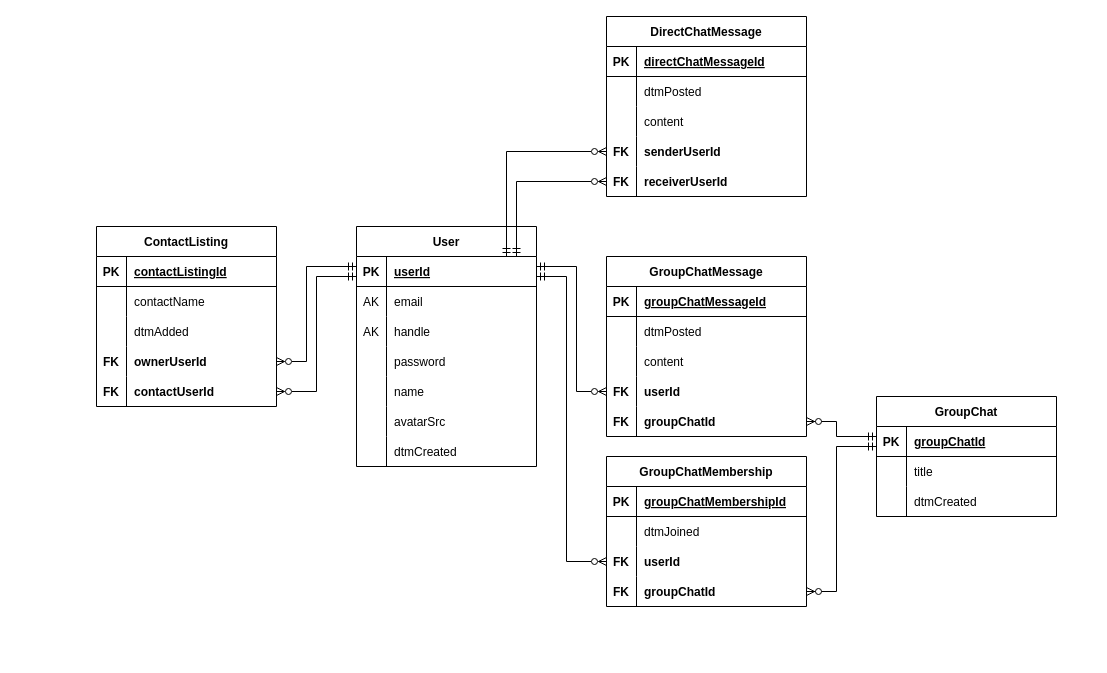
Earlier version of the draw.io diagram backend/main-server/src/database/ERD.drawio (canneth/hello-friend). Source tidied: cells renumbered, new cells numbered last; positions are measured from the earlier drawing's top-left corner, leaving out a move shared by most shapes. Both pictures are drawn from the tidied source at 100%, with x=0, y=0 at pixel (96, 16).
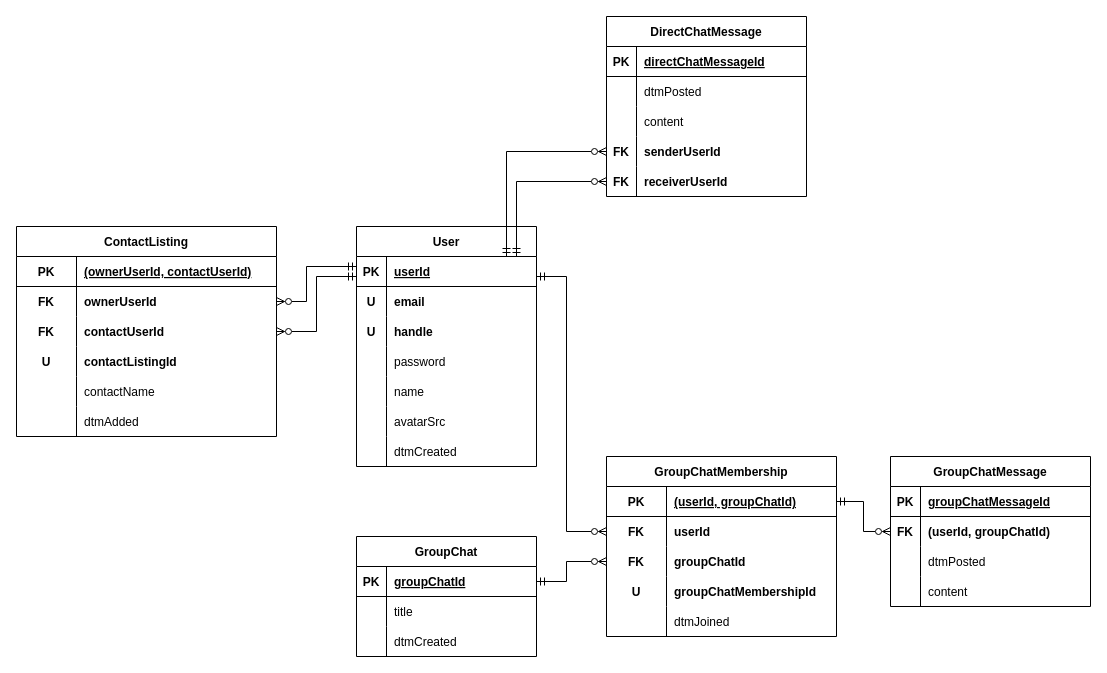
Above is the later version.

Commit message:
dev: Revise database architecture

The change refers to these unchanged cells:
```xml
<mxCell id="2" value="User" style="shape=table;startSize=30;childLayout=tableLayout;rowLines=0;fontStyle=1;align=center;" parent="1" vertex="1">
  <mxGeometry x="260" y="210" width="180" height="240" as="geometry" />
</mxCell>
<mxCell id="3" style="shape=partialRectangle;fillColor=none;top=0;left=0;bottom=1;right=0;points=[[0,0.5],[1,0.5]];portConstraint=eastwest;" parent="2" vertex="1">
  <mxGeometry y="30" width="180" height="30" as="geometry" />
</mxCell>
<mxCell id="9" style="shape=partialRectangle;fillColor=none;top=0;left=0;bottom=0;right=0;" parent="2" vertex="1">
  <mxGeometry y="90" width="180" height="30" as="geometry" />
</mxCell>
<mxCell id="42" style="shape=partialRectangle;fillColor=none;top=0;left=0;bottom=1;right=0;points=[[0,0.5],[1,0.5]];portConstraint=eastwest;" parent="41" vertex="1">
  <mxGeometry y="30" width="180" height="30" as="geometry" />
</mxCell>
```

What changed in the source:
```diff
@@
-    <mxCell id="6" style="shape=partialRectangle;fillColor=none;top=0;left=0;bottom=0;right=0;" parent="2" vertex="1">
+    <mxCell id="6" style="shape=partialRectangle;fillColor=none;top=0;left=0;bottom=0;right=0;fontStyle=1;" parent="2" vertex="1">
       <mxGeometry y="60" width="180" height="30" as="geometry" />
     </mxCell>
-    <mxCell id="7" value="AK" style="shape=partialRectangle;fillColor=none;top=0;left=0;bottom=0;right=0;overflow=hidden;" parent="6" vertex="1">
+    <mxCell id="7" value="U" style="shape=partialRectangle;fillColor=none;top=0;left=0;bottom=0;right=0;overflow=hidden;fontStyle=1;" parent="6" vertex="1">
       <mxGeometry width="30" height="30" as="geometry" />
     </mxCell>
-    <mxCell id="8" value="email" style="shape=partialRectangle;fillColor=none;top=0;left=0;bottom=0;right=0;align=left;spacingLeft=6;overflow=hidden;" parent="6" vertex="1">
+    <mxCell id="8" value="email" style="shape=partialRectangle;fillColor=none;top=0;left=0;bottom=0;right=0;align=left;spacingLeft=6;overflow=hidden;fontStyle=1;" parent="6" vertex="1">
       <mxGeometry x="30" width="150" height="30" as="geometry" />
     </mxCell>
@@
-    <mxCell id="10" value="AK" style="shape=partialRectangle;fillColor=none;top=0;left=0;bottom=0;right=0;overflow=hidden;fontStyle=0;" parent="9" vertex="1">
+    <mxCell id="10" value="U" style="shape=partialRectangle;fillColor=none;top=0;left=0;bottom=0;right=0;overflow=hidden;fontStyle=1;" parent="9" vertex="1">
       <mxGeometry width="30" height="30" as="geometry" />
     </mxCell>
-    <mxCell id="11" value="handle" style="shape=partialRectangle;fillColor=none;top=0;left=0;bottom=0;right=0;align=left;spacingLeft=6;overflow=hidden;fontStyle=0;" parent="9" vertex="1">
+    <mxCell id="11" value="handle" style="shape=partialRectangle;fillColor=none;top=0;left=0;bottom=0;right=0;align=left;spacingLeft=6;overflow=hidden;fontStyle=1;" parent="9" vertex="1">
       <mxGeometry x="30" width="150" height="30" as="geometry" />
     </mxCell>
@@
     <mxCell id="24" value="GroupChatMessage" style="shape=table;startSize=30;childLayout=tableLayout;rowLines=0;fontStyle=1;align=center;" parent="1" vertex="1">
-      <mxGeometry x="510" y="240" width="200" height="180" as="geometry" />
+      <mxGeometry x="794" y="440" width="200" height="150" as="geometry" />
     </mxCell>
@@
+    <mxCell id="34" style="shape=partialRectangle;fillColor=none;top=0;left=0;bottom=0;right=0;points=[[0,0.5],[1,0.5]];portConstraint=eastwest;" parent="24" vertex="1">
+      <mxGeometry y="60" width="200" height="30" as="geometry" />
+    </mxCell>
+    <mxCell id="35" value="FK" style="shape=partialRectangle;fillColor=none;top=0;left=0;bottom=0;right=0;overflow=hidden;fontStyle=1;" parent="34" vertex="1">
+      <mxGeometry width="30" height="30" as="geometry" />
+    </mxCell>
+    <mxCell id="36" value="(userId, groupChatId)" style="shape=partialRectangle;fillColor=none;top=0;left=0;bottom=0;right=0;align=left;spacingLeft=6;overflow=hidden;fontStyle=1;" parent="34" vertex="1">
+      <mxGeometry x="30" width="170" height="30" as="geometry" />
+    </mxCell>
     <mxCell id="28" style="shape=partialRectangle;fillColor=none;top=0;left=0;bottom=0;right=0;" parent="24" vertex="1">
-      <mxGeometry y="60" width="200" height="30" as="geometry" />
+      <mxGeometry y="90" width="200" height="30" as="geometry" />
     </mxCell>
@@
     <mxCell id="31" style="shape=partialRectangle;fillColor=none;top=0;left=0;bottom=0;right=0;" parent="24" vertex="1">
-      <mxGeometry y="90" width="200" height="30" as="geometry" />
+      <mxGeometry y="120" width="200" height="30" as="geometry" />
     </mxCell>
@@
-    <mxCell id="34" style="shape=partialRectangle;fillColor=none;top=0;left=0;bottom=0;right=0;points=[[0,0.5],[1,0.5]];portConstraint=eastwest;" parent="24" vertex="1">
-      <mxGeometry y="120" width="200" height="30" as="geometry" />
-    </mxCell>
-    <mxCell id="35" value="FK" style="shape=partialRectangle;fillColor=none;top=0;left=0;bottom=0;right=0;overflow=hidden;fontStyle=1;" parent="34" vertex="1">
-      <mxGeometry width="30" height="30" as="geometry" />
-    </mxCell>
-    <mxCell id="36" value="userId" style="shape=partialRectangle;fillColor=none;top=0;left=0;bottom=0;right=0;align=left;spacingLeft=6;overflow=hidden;fontStyle=1;" parent="34" vertex="1">
-      <mxGeometry x="30" width="170" height="30" as="geometry" />
-    </mxCell>
-    <mxCell id="37" style="shape=partialRectangle;fillColor=none;top=0;left=0;bottom=0;right=0;points=[[0,0.5],[1,0.5]];portConstraint=eastwest;" parent="24" vertex="1">
-      <mxGeometry y="150" width="200" height="30" as="geometry" />
-    </mxCell>
-    <mxCell id="38" value="FK" style="shape=partialRectangle;fillColor=none;top=0;left=0;bottom=0;right=0;overflow=hidden;fontStyle=1;" parent="37" vertex="1">
-      <mxGeometry width="30" height="30" as="geometry" />
-    </mxCell>
-    <mxCell id="39" value="groupChatId" style="shape=partialRectangle;fillColor=none;top=0;left=0;bottom=0;right=0;align=left;spacingLeft=6;overflow=hidden;fontStyle=1;" parent="37" vertex="1">
-      <mxGeometry x="30" width="170" height="30" as="geometry" />
-    </mxCell>
-    <mxCell id="40" style="edgeStyle=orthogonalEdgeStyle;rounded=0;jettySize=auto;html=1;endArrow=ERzeroToMany;endFill=0;strokeColor=default;startArrow=ERmandOne;startFill=0;" parent="1" edge="1" source="3" target="34">
-      <mxGeometry relative="1" as="geometry">
-        <Array as="points">
-          <mxPoint x="480" y="250" />
-          <mxPoint x="480" y="375" />
-        </Array>
-      </mxGeometry>
-    </mxCell>
     <mxCell id="41" value="GroupChat" style="shape=table;startSize=30;childLayout=tableLayout;rowLines=0;fontStyle=1;align=center;" parent="1" vertex="1">
-      <mxGeometry x="780" y="380" width="180" height="120" as="geometry" />
+      <mxGeometry x="260" y="520" width="180" height="120" as="geometry" />
     </mxCell>
@@
-    <mxCell id="51" style="edgeStyle=orthogonalEdgeStyle;rounded=0;jettySize=auto;html=1;startArrow=ERzeroToMany;startFill=1;endArrow=ERmandOne;endFill=0;strokeColor=default;" parent="1" edge="1" source="37" target="42">
-      <mxGeometry relative="1" as="geometry">
-        <Array as="points">
-          <mxPoint x="740" y="405" />
-          <mxPoint x="740" y="420" />
-        </Array>
-      </mxGeometry>
-    </mxCell>
     <mxCell id="52" value="GroupChatMembership" style="shape=table;startSize=30;childLayout=tableLayout;rowLines=0;fontStyle=1;align=center;" parent="1" vertex="1">
-      <mxGeometry x="510" y="440" width="200" height="150" as="geometry" />
+      <mxGeometry x="510" y="440" width="230" height="180" as="geometry" />
     </mxCell>
+    <mxCell id="103" style="shape=partialRectangle;fillColor=none;top=0;left=0;bottom=1;right=0;points=[[0,0.5],[1,0.5]];portConstraint=eastwest;" parent="52" vertex="1">
+      <mxGeometry y="30" width="230" height="30" as="geometry" />
+    </mxCell>
+    <mxCell id="104" value="PK" style="shape=partialRectangle;fillColor=none;top=0;left=0;bottom=0;right=0;overflow=hidden;fontStyle=1;" parent="103" vertex="1">
+      <mxGeometry width="60" height="30" as="geometry" />
+    </mxCell>
+    <mxCell id="105" value="(userId, groupChatId)" style="shape=partialRectangle;fillColor=none;top=0;left=0;bottom=0;right=0;align=left;spacingLeft=6;overflow=hidden;fontStyle=5;" parent="103" vertex="1">
+      <mxGeometry x="60" width="170" height="30" as="geometry" />
+    </mxCell>
+    <mxCell id="59" style="shape=partialRectangle;fillColor=none;top=0;left=0;bottom=0;right=0;points=[[0,0.5],[1,0.5]];portConstraint=eastwest;" parent="52" vertex="1">
+      <mxGeometry y="60" width="230" height="30" as="geometry" />
+    </mxCell>
+    <mxCell id="60" value="FK" style="shape=partialRectangle;fillColor=none;top=0;left=0;bottom=0;right=0;overflow=hidden;fontStyle=1;" parent="59" vertex="1">
+      <mxGeometry width="60" height="30" as="geometry" />
+    </mxCell>
+    <mxCell id="61" value="userId" style="shape=partialRectangle;fillColor=none;top=0;left=0;bottom=0;right=0;align=left;spacingLeft=6;overflow=hidden;fontStyle=1;" parent="59" vertex="1">
+      <mxGeometry x="60" width="170" height="30" as="geometry" />
+    </mxCell>
+    <mxCell id="62" style="shape=partialRectangle;fillColor=none;top=0;left=0;bottom=0;right=0;points=[[0,0.5],[1,0.5]];portConstraint=eastwest;" parent="52" vertex="1">
+      <mxGeometry y="90" width="230" height="30" as="geometry" />
+    </mxCell>
+    <mxCell id="63" value="FK" style="shape=partialRectangle;fillColor=none;top=0;left=0;bottom=0;right=0;overflow=hidden;fontStyle=1;" parent="62" vertex="1">
+      <mxGeometry width="60" height="30" as="geometry" />
+    </mxCell>
+    <mxCell id="64" value="groupChatId" style="shape=partialRectangle;fillColor=none;top=0;left=0;bottom=0;right=0;align=left;spacingLeft=6;overflow=hidden;fontStyle=1;" parent="62" vertex="1">
+      <mxGeometry x="60" width="170" height="30" as="geometry" />
+    </mxCell>
-    <mxCell id="53" style="shape=partialRectangle;fillColor=none;top=0;left=0;bottom=1;right=0;" parent="52" vertex="1">
-      <mxGeometry y="30" width="200" height="30" as="geometry" />
+    <mxCell id="53" style="shape=partialRectangle;fillColor=none;top=0;left=0;bottom=0;right=0;" parent="52" vertex="1">
+      <mxGeometry y="120" width="230" height="30" as="geometry" />
     </mxCell>
-    <mxCell id="54" value="PK" style="shape=partialRectangle;fillColor=none;top=0;left=0;bottom=0;right=0;fontStyle=1;overflow=hidden;" parent="53" vertex="1">
-      <mxGeometry width="30" height="30" as="geometry" />
+    <mxCell id="54" value="U" style="shape=partialRectangle;fillColor=none;top=0;left=0;bottom=0;right=0;fontStyle=1;overflow=hidden;" parent="53" vertex="1">
+      <mxGeometry width="60" height="30" as="geometry" />
     </mxCell>
-    <mxCell id="55" value="groupChatMembershipId" style="shape=partialRectangle;fillColor=none;top=0;left=0;bottom=0;right=0;align=left;spacingLeft=6;fontStyle=5;overflow=hidden;" parent="53" vertex="1">
-      <mxGeometry x="30" width="170" height="30" as="geometry" />
+    <mxCell id="55" value="groupChatMembershipId" style="shape=partialRectangle;fillColor=none;top=0;left=0;bottom=0;right=0;align=left;spacingLeft=6;fontStyle=1;overflow=hidden;" parent="53" vertex="1">
+      <mxGeometry x="60" width="170" height="30" as="geometry" />
     </mxCell>
     <mxCell id="56" style="shape=partialRectangle;fillColor=none;top=0;left=0;bottom=0;right=0;" parent="52" vertex="1">
-      <mxGeometry y="60" width="200" height="30" as="geometry" />
+      <mxGeometry y="150" width="230" height="30" as="geometry" />
     </mxCell>
     <mxCell id="57" style="shape=partialRectangle;fillColor=none;top=0;left=0;bottom=0;right=0;overflow=hidden;" parent="56" vertex="1">
-      <mxGeometry width="30" height="30" as="geometry" />
+      <mxGeometry width="60" height="30" as="geometry" />
     </mxCell>
     <mxCell id="58" value="dtmJoined" style="shape=partialRectangle;fillColor=none;top=0;left=0;bottom=0;right=0;align=left;spacingLeft=6;overflow=hidden;" parent="56" vertex="1">
-      <mxGeometry x="30" width="170" height="30" as="geometry" />
+      <mxGeometry x="60" width="170" height="30" as="geometry" />
     </mxCell>
-    <mxCell id="59" style="shape=partialRectangle;fillColor=none;top=0;left=0;bottom=0;right=0;points=[[0,0.5],[1,0.5]];portConstraint=eastwest;" parent="52" vertex="1">
-      <mxGeometry y="90" width="200" height="30" as="geometry" />
-    </mxCell>
-    <mxCell id="60" value="FK" style="shape=partialRectangle;fillColor=none;top=0;left=0;bottom=0;right=0;overflow=hidden;fontStyle=1;" parent="59" vertex="1">
-      <mxGeometry width="30" height="30" as="geometry" />
-    </mxCell>
-    <mxCell id="61" value="userId" style="shape=partialRectangle;fillColor=none;top=0;left=0;bottom=0;right=0;align=left;spacingLeft=6;overflow=hidden;fontStyle=1;" parent="59" vertex="1">
-      <mxGeometry x="30" width="170" height="30" as="geometry" />
-    </mxCell>
-    <mxCell id="62" style="shape=partialRectangle;fillColor=none;top=0;left=0;bottom=0;right=0;points=[[0,0.5],[1,0.5]];portConstraint=eastwest;" parent="52" vertex="1">
-      <mxGeometry y="120" width="200" height="30" as="geometry" />
-    </mxCell>
-    <mxCell id="63" value="FK" style="shape=partialRectangle;fillColor=none;top=0;left=0;bottom=0;right=0;overflow=hidden;fontStyle=1;" parent="62" vertex="1">
-      <mxGeometry width="30" height="30" as="geometry" />
-    </mxCell>
-    <mxCell id="64" value="groupChatId" style="shape=partialRectangle;fillColor=none;top=0;left=0;bottom=0;right=0;align=left;spacingLeft=6;overflow=hidden;fontStyle=1;" parent="62" vertex="1">
-      <mxGeometry x="30" width="170" height="30" as="geometry" />
-    </mxCell>
     <mxCell id="65" style="edgeStyle=orthogonalEdgeStyle;rounded=0;jettySize=auto;html=1;startArrow=ERmandOne;startFill=0;endArrow=ERzeroToMany;endFill=0;strokeColor=default;" parent="1" edge="1" source="3" target="59">
       <mxGeometry relative="1" as="geometry">
         <Array as="points">
           <mxPoint x="470" y="260" />
-          <mxPoint x="470" y="545" />
+          <mxPoint x="470" y="515" />
         </Array>
       </mxGeometry>
     </mxCell>
-    <mxCell id="66" style="edgeStyle=orthogonalEdgeStyle;rounded=0;jettySize=auto;html=1;startArrow=ERzeroToMany;startFill=1;endArrow=ERmandOne;endFill=0;strokeColor=default;" parent="1" edge="1" source="62" target="42">
+    <mxCell id="66" style="edgeStyle=orthogonalEdgeStyle;rounded=0;jettySize=auto;html=1;startArrow=ERzeroToMany;startFill=0;endArrow=ERmandOne;endFill=0;strokeColor=default;" parent="1" edge="1" source="62" target="42">
       <mxGeometry relative="1" as="geometry">
         <Array as="points">
-          <mxPoint x="740" y="575" />
-          <mxPoint x="740" y="430" />
+          <mxPoint x="470" y="545" />
+          <mxPoint x="470" y="565" />
         </Array>
       </mxGeometry>
     </mxCell>
     <mxCell id="67" value="ContactListing" style="shape=table;startSize=30;childLayout=tableLayout;rowLines=0;fontStyle=1;align=center;" parent="1" vertex="1">
-      <mxGeometry y="210" width="180" height="180" as="geometry" />
+      <mxGeometry x="-80" y="210" width="260" height="210" as="geometry" />
     </mxCell>
+    <mxCell id="106" style="shape=partialRectangle;fillColor=none;top=0;left=0;bottom=1;right=0;" parent="67" vertex="1">
+      <mxGeometry y="30" width="260" height="30" as="geometry" />
+    </mxCell>
+    <mxCell id="107" value="PK" style="shape=partialRectangle;fillColor=none;top=0;left=0;bottom=0;right=0;overflow=hidden;fontStyle=1;" parent="106" vertex="1">
+      <mxGeometry width="60" height="30" as="geometry" />
+    </mxCell>
+    <mxCell id="108" value="(ownerUserId, contactUserId)" style="shape=partialRectangle;fillColor=none;top=0;left=0;bottom=0;right=0;align=left;spacingLeft=6;overflow=hidden;fontStyle=5;" parent="106" vertex="1">
+      <mxGeometry x="60" width="200" height="30" as="geometry" />
+    </mxCell>
+    <mxCell id="77" style="shape=partialRectangle;fillColor=none;top=0;left=0;bottom=0;right=0;points=[[0,0.5],[1,0.5]];portConstraint=eastwest;" parent="67" vertex="1">
+      <mxGeometry y="60" width="260" height="30" as="geometry" />
+    </mxCell>
+    <mxCell id="78" value="FK" style="shape=partialRectangle;fillColor=none;top=0;left=0;bottom=0;right=0;overflow=hidden;fontStyle=1;" parent="77" vertex="1">
+      <mxGeometry width="60" height="30" as="geometry" />
+    </mxCell>
+    <mxCell id="79" value="ownerUserId" style="shape=partialRectangle;fillColor=none;top=0;left=0;bottom=0;right=0;align=left;spacingLeft=6;overflow=hidden;fontStyle=1;" parent="77" vertex="1">
+      <mxGeometry x="60" width="200" height="30" as="geometry" />
+    </mxCell>
+    <mxCell id="80" style="shape=partialRectangle;fillColor=none;top=0;left=0;bottom=0;right=0;points=[[0,0.5],[1,0.5]];portConstraint=eastwest;" parent="67" vertex="1">
+      <mxGeometry y="90" width="260" height="30" as="geometry" />
+    </mxCell>
+    <mxCell id="81" value="FK" style="shape=partialRectangle;fillColor=none;top=0;left=0;bottom=0;right=0;overflow=hidden;fontStyle=1;" parent="80" vertex="1">
+      <mxGeometry width="60" height="30" as="geometry" />
+    </mxCell>
+    <mxCell id="82" value="contactUserId" style="shape=partialRectangle;fillColor=none;top=0;left=0;bottom=0;right=0;align=left;spacingLeft=6;overflow=hidden;fontStyle=1;" parent="80" vertex="1">
+      <mxGeometry x="60" width="200" height="30" as="geometry" />
+    </mxCell>
-    <mxCell id="68" style="shape=partialRectangle;fillColor=none;top=0;left=0;bottom=1;right=0;" parent="67" vertex="1">
-      <mxGeometry y="30" width="180" height="30" as="geometry" />
+    <mxCell id="68" style="shape=partialRectangle;fillColor=none;top=0;left=0;bottom=0;right=0;" parent="67" vertex="1">
+      <mxGeometry y="120" width="260" height="30" as="geometry" />
     </mxCell>
-    <mxCell id="69" value="PK" style="shape=partialRectangle;fillColor=none;top=0;left=0;bottom=0;right=0;fontStyle=1;overflow=hidden;" parent="68" vertex="1">
-      <mxGeometry width="30" height="30" as="geometry" />
+    <mxCell id="69" value="U" style="shape=partialRectangle;fillColor=none;top=0;left=0;bottom=0;right=0;fontStyle=1;overflow=hidden;" parent="68" vertex="1">
+      <mxGeometry width="60" height="30" as="geometry" />
     </mxCell>
-    <mxCell id="70" value="contactListingId" style="shape=partialRectangle;fillColor=none;top=0;left=0;bottom=0;right=0;align=left;spacingLeft=6;fontStyle=5;overflow=hidden;" parent="68" vertex="1">
-      <mxGeometry x="30" width="150" height="30" as="geometry" />
+    <mxCell id="70" value="contactListingId" style="shape=partialRectangle;fillColor=none;top=0;left=0;bottom=0;right=0;align=left;spacingLeft=6;fontStyle=1;overflow=hidden;" parent="68" vertex="1">
+      <mxGeometry x="60" width="200" height="30" as="geometry" />
     </mxCell>
     <mxCell id="71" style="shape=partialRectangle;fillColor=none;top=0;left=0;bottom=0;right=0;" parent="67" vertex="1">
-      <mxGeometry y="60" width="180" height="30" as="geometry" />
+      <mxGeometry y="150" width="260" height="30" as="geometry" />
     </mxCell>
     <mxCell id="72" style="shape=partialRectangle;fillColor=none;top=0;left=0;bottom=0;right=0;overflow=hidden;" parent="71" vertex="1">
-      <mxGeometry width="30" height="30" as="geometry" />
+      <mxGeometry width="60" height="30" as="geometry" />
     </mxCell>
     <mxCell id="73" value="contactName" style="shape=partialRectangle;fillColor=none;top=0;left=0;bottom=0;right=0;align=left;spacingLeft=6;overflow=hidden;" parent="71" vertex="1">
-      <mxGeometry x="30" width="150" height="30" as="geometry" />
+      <mxGeometry x="60" width="200" height="30" as="geometry" />
     </mxCell>
     <mxCell id="74" style="shape=partialRectangle;fillColor=none;top=0;left=0;bottom=0;right=0;" parent="67" vertex="1">
-      <mxGeometry y="90" width="180" height="30" as="geometry" />
+      <mxGeometry y="180" width="260" height="30" as="geometry" />
     </mxCell>
     <mxCell id="75" style="shape=partialRectangle;fillColor=none;top=0;left=0;bottom=0;right=0;overflow=hidden;" parent="74" vertex="1">
-      <mxGeometry width="30" height="30" as="geometry" />
+      <mxGeometry width="60" height="30" as="geometry" />
     </mxCell>
     <mxCell id="76" value="dtmAdded" style="shape=partialRectangle;fillColor=none;top=0;left=0;bottom=0;right=0;align=left;spacingLeft=6;overflow=hidden;" parent="74" vertex="1">
-      <mxGeometry x="30" width="150" height="30" as="geometry" />
+      <mxGeometry x="60" width="200" height="30" as="geometry" />
     </mxCell>
-    <mxCell id="77" style="shape=partialRectangle;fillColor=none;top=0;left=0;bottom=0;right=0;points=[[0,0.5],[1,0.5]];portConstraint=eastwest;" parent="67" vertex="1">
-      <mxGeometry y="120" width="180" height="30" as="geometry" />
-    </mxCell>
-    <mxCell id="78" value="FK" style="shape=partialRectangle;fillColor=none;top=0;left=0;bottom=0;right=0;overflow=hidden;fontStyle=1;" parent="77" vertex="1">
-      <mxGeometry width="30" height="30" as="geometry" />
-    </mxCell>
-    <mxCell id="79" value="ownerUserId" style="shape=partialRectangle;fillColor=none;top=0;left=0;bottom=0;right=0;align=left;spacingLeft=6;overflow=hidden;fontStyle=1;" parent="77" vertex="1">
-      <mxGeometry x="30" width="150" height="30" as="geometry" />
-    </mxCell>
-    <mxCell id="80" style="shape=partialRectangle;fillColor=none;top=0;left=0;bottom=0;right=0;points=[[0,0.5],[1,0.5]];portConstraint=eastwest;" parent="67" vertex="1">
-      <mxGeometry y="150" width="180" height="30" as="geometry" />
-    </mxCell>
-    <mxCell id="81" value="FK" style="shape=partialRectangle;fillColor=none;top=0;left=0;bottom=0;right=0;overflow=hidden;fontStyle=1;" parent="80" vertex="1">
-      <mxGeometry width="30" height="30" as="geometry" />
-    </mxCell>
-    <mxCell id="82" value="contactUserId" style="shape=partialRectangle;fillColor=none;top=0;left=0;bottom=0;right=0;align=left;spacingLeft=6;overflow=hidden;fontStyle=1;" parent="80" vertex="1">
-      <mxGeometry x="30" width="150" height="30" as="geometry" />
-    </mxCell>
     <mxCell id="83" style="edgeStyle=orthogonalEdgeStyle;rounded=0;jettySize=auto;html=1;startArrow=ERmandOne;startFill=0;endArrow=ERzeroToMany;endFill=0;strokeColor=default;" parent="1" edge="1" source="3" target="77">
       <mxGeometry relative="1" as="geometry">
         <Array as="points">
           <mxPoint x="210" y="250" />
-          <mxPoint x="210" y="345" />
+          <mxPoint x="210" y="285" />
         </Array>
       </mxGeometry>
     </mxCell>
     <mxCell id="84" style="edgeStyle=orthogonalEdgeStyle;rounded=0;jettySize=auto;html=1;startArrow=ERmandOne;startFill=0;endArrow=ERzeroToMany;endFill=0;strokeColor=default;" parent="1" edge="1" source="3" target="80">
       <mxGeometry relative="1" as="geometry">
         <Array as="points">
           <mxPoint x="220" y="260" />
-          <mxPoint x="220" y="375" />
+          <mxPoint x="220" y="315" />
         </Array>
       </mxGeometry>
     </mxCell>
@@
+    <mxCell id="109" style="edgeStyle=orthogonalEdgeStyle;rounded=0;jettySize=auto;html=1;startArrow=ERmandOne;startFill=0;endArrow=ERzeroToMany;endFill=0;" parent="1" edge="1" source="103" target="34">
+      <mxGeometry relative="1" as="geometry" />
+    </mxCell>
```
